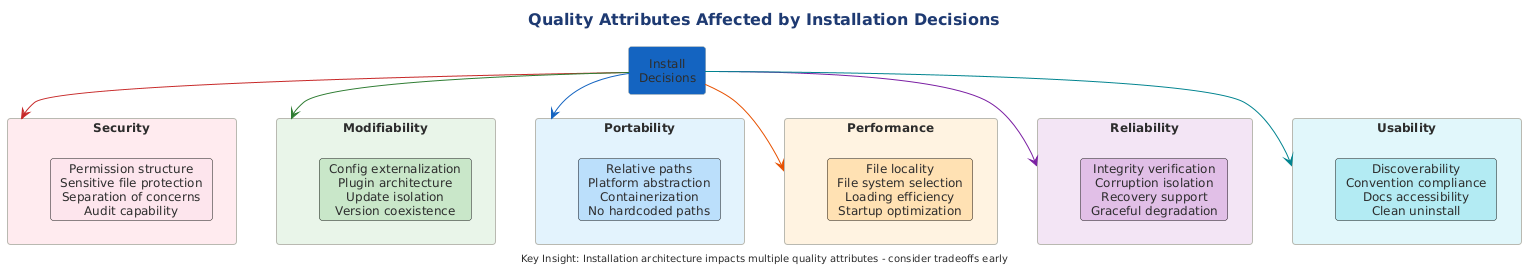
Earlier version of the PlantUML export src/architecture/views-and-beyond/style-catalogs/allocation/install-style/png/quality-attributes-affected-installation.png (Notoriousjayy/latex-docs).
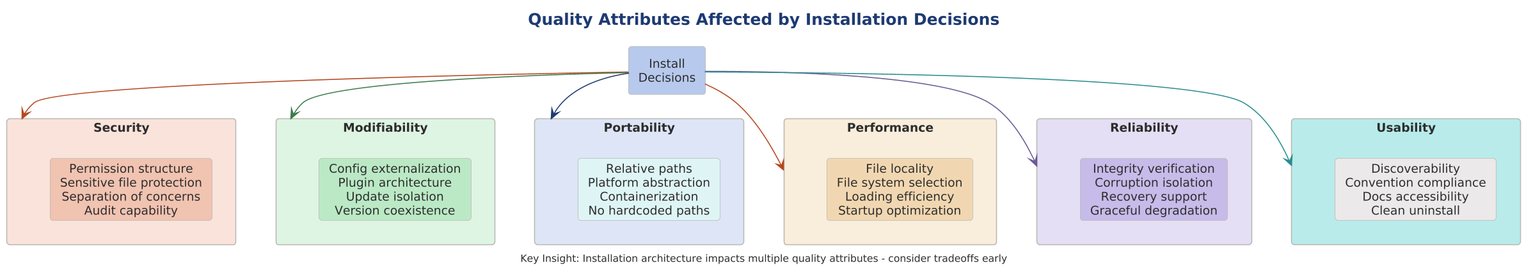
Later version of the same file.

Diff of the diagram source:
```diff
@@ -1,45 +1,46 @@
 @startuml
+
+skinparam dpi 150
+
+
+
 
 !include ../../../../../../tooling/styles/plantuml/structural/component-diagram-style.iuml
 
-skinparam card {
-    RoundCorner 6
+title Quality Attributes Affected by Installation Decisions
+
+rectangle "Install\nDecisions" as center $deep_primary
+
+rectangle "Security" as sec $fill_invalid {
+    card "Permission structure\nSensitive file protection\nSeparation of concerns\nAudit capability" as secd $deep_invalid
 }
 
-title Quality Attributes Affected by Installation Decisions
-
-rectangle "Install\nDecisions" as center #1565C0
-
-rectangle "Security" as sec #FFEBEE {
-    card "Permission structure\nSensitive file protection\nSeparation of concerns\nAudit capability" as secd #FCE4EC
+rectangle "Modifiability" as mod $fill_ok {
+    card "Config externalization\nPlugin architecture\nUpdate isolation\nVersion coexistence" as modd $deep_ok
 }
 
-rectangle "Modifiability" as mod #E8F5E9 {
-    card "Config externalization\nPlugin architecture\nUpdate isolation\nVersion coexistence" as modd #C8E6C9
+rectangle "Portability" as port $fill_primary {
+    card "Relative paths\nPlatform abstraction\nContainerization\nNo hardcoded paths" as portd $fill_dynamic
 }
 
-rectangle "Portability" as port #E3F2FD {
-    card "Relative paths\nPlatform abstraction\nContainerization\nNo hardcoded paths" as portd #BBDEFB
+rectangle "Performance" as perf $fill_caution {
+    card "File locality\nFile system selection\nLoading efficiency\nStartup optimization" as perfd $deep_caution
 }
 
-rectangle "Performance" as perf #FFF3E0 {
-    card "File locality\nFile system selection\nLoading efficiency\nStartup optimization" as perfd #FFE0B2
+rectangle "Reliability" as rel $fill_alt {
+    card "Integrity verification\nCorruption isolation\nRecovery support\nGraceful degradation" as reld $deep_alt
 }
 
-rectangle "Reliability" as rel #F3E5F5 {
-    card "Integrity verification\nCorruption isolation\nRecovery support\nGraceful degradation" as reld #E1BEE7
+rectangle "Usability" as use $deep_dynamic {
+    card "Discoverability\nConvention compliance\nDocs accessibility\nClean uninstall" as used $fill_neutral
 }
 
-rectangle "Usability" as use #E0F7FA {
-    card "Discoverability\nConvention compliance\nDocs accessibility\nClean uninstall" as used #B2EBF2
-}
-
-center -[#C62828]-> sec
-center -[#2E7D32]-> mod
-center -[#1565C0]-> port
-center -[#E65100]-> perf
-center -[#7B1FA2]-> rel
-center -[#00838F]-> use
+center -[$line_invalid]-> sec
+center -[$line_ok]-> mod
+center -[$line_primary]-> port
+center -[$line_invalid]-> perf
+center -[$line_alt]-> rel
+center -[$line_dynamic]-> use
 
 center footer Key Insight: Installation architecture impacts multiple quality attributes - consider tradeoffs early
 @enduml
```
